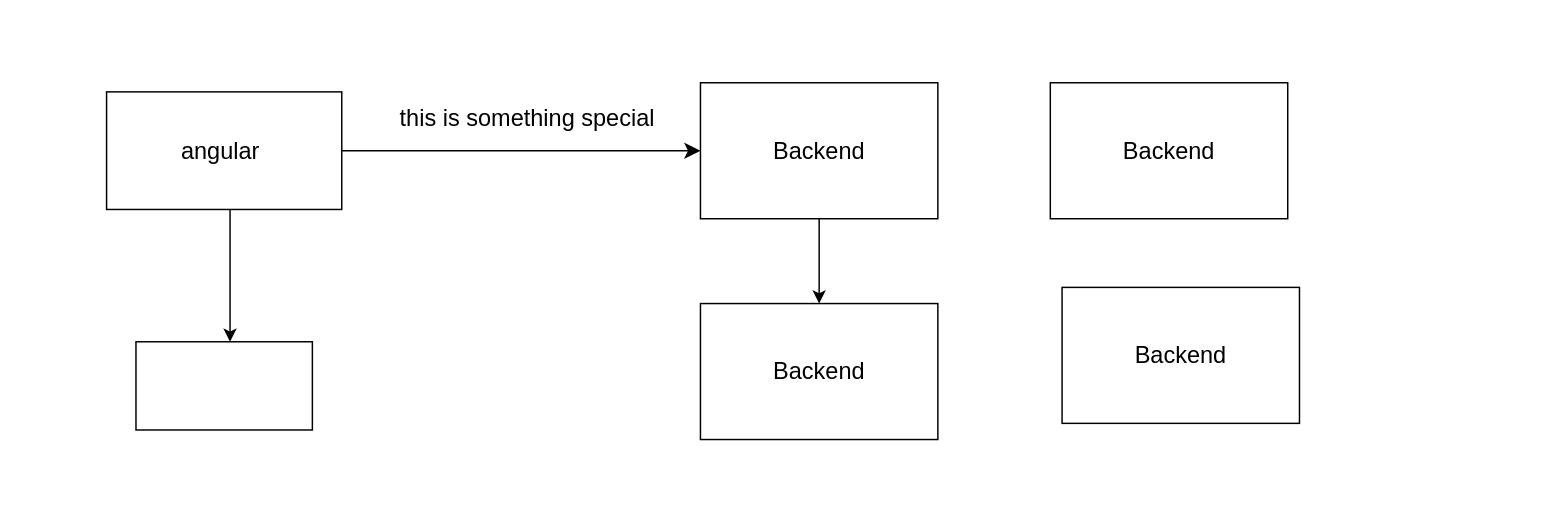
Before: DaERP.drawio in chungminhtu/anh, a draw.io diagram. Source tidied: cells renumbered, new cells numbered last; positions are measured from the earlier drawing's top-left corner, leaving out a move shared by most shapes. Both pictures are drawn from the tidied source at 147%, with x=0, y=0 at pixel (106, 82).
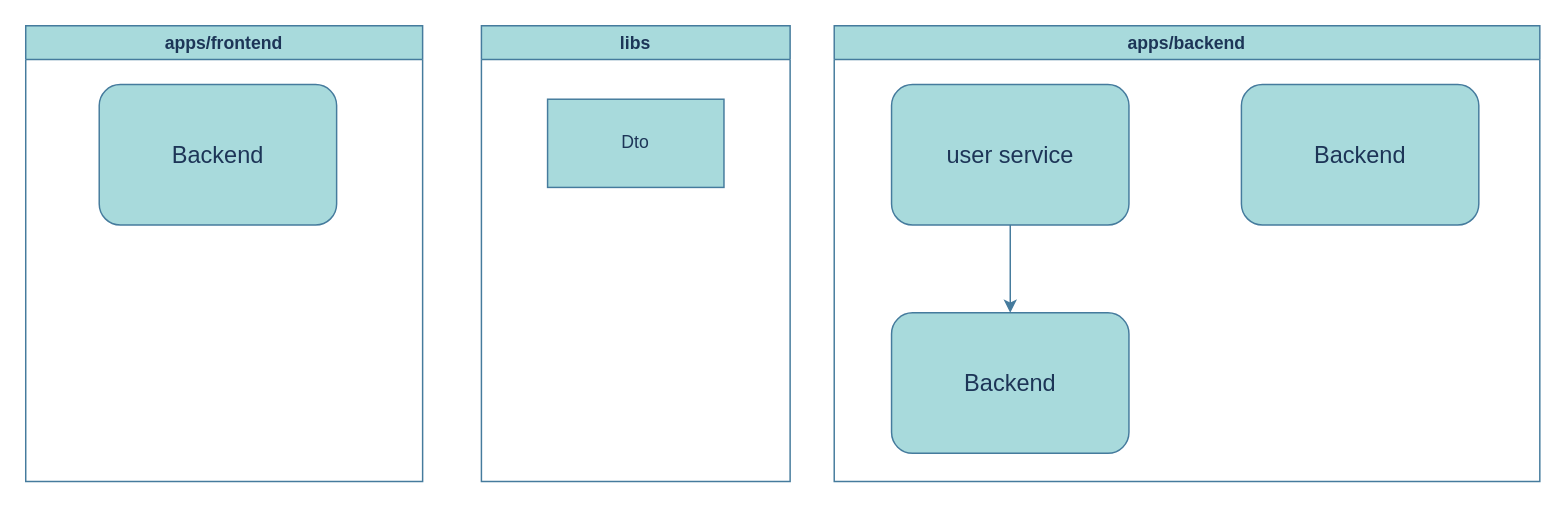
Above is the later version.

Change to the diagram source:
```diff
@@
 <mxGraphModel>
   <root>
     <mxCell id="0" />
     <mxCell id="1" parent="0" />
-    <mxCell id="2" style="edgeStyle=none;curved=1;rounded=0;jettySize=auto;html=1;fontSize=12;startSize=8;endSize=8;" parent="1" edge="1" source="5" target="7">
-      <mxGeometry relative="1" as="geometry" />
-    </mxCell>
-    <mxCell id="3" value="this is something special" style="edgeLabel;html=1;align=center;verticalAlign=middle;fontSize=16;" parent="2" vertex="1">
-      <mxGeometry x="0.12" y="-2" relative="1" as="geometry">
-        <mxPoint x="-11" y="-25" as="offset" />
-      </mxGeometry>
-    </mxCell>
-    <mxCell id="4" style="edgeStyle=orthogonalEdgeStyle;rounded=0;jettySize=auto;html=1;" parent="1" edge="1" source="5" target="8">
-      <mxGeometry relative="1" as="geometry">
-        <Array as="points">
-          <mxPoint x="84" y="124" />
-          <mxPoint x="84" y="124" />
-        </Array>
-      </mxGeometry>
-    </mxCell>
-    <mxCell id="5" value="angular&amp;nbsp;" style="rounded=0;whiteSpace=wrap;html=1;fontSize=16;" parent="1" vertex="1">
-      <mxGeometry y="6" width="160" height="80" as="geometry" />
-    </mxCell>
+    <mxCell id="12" value="apps/frontend" style="swimlane;whiteSpace=wrap;html=1;strokeColor=#457B9D;fontColor=#1D3557;fillColor=#A8DADC;" parent="1" vertex="1">
+      <mxGeometry x="-55" y="-39" width="270" height="310" as="geometry" />
+    </mxCell>
+    <mxCell id="11" value="Backend" style="whiteSpace=wrap;html=1;fontSize=16;rounded=1;direction=south;labelBackgroundColor=none;fillColor=#A8DADC;strokeColor=#457B9D;fontColor=#1D3557;" parent="12" vertex="1">
+      <mxGeometry x="50" y="40" width="161.5" height="95.6" as="geometry" />
+    </mxCell>
+    <mxCell id="13" value="libs" style="swimlane;whiteSpace=wrap;html=1;strokeColor=#457B9D;fontColor=#1D3557;fillColor=#A8DADC;" parent="1" vertex="1">
+      <mxGeometry x="255" y="-39" width="210" height="310" as="geometry" />
+    </mxCell>
+    <mxCell id="14" value="Dto" style="rounded=0;whiteSpace=wrap;html=1;strokeColor=#457B9D;fontColor=#1D3557;fillColor=#A8DADC;" parent="13" vertex="1">
+      <mxGeometry x="45" y="50" width="120" height="60" as="geometry" />
+    </mxCell>
+    <mxCell id="15" style="group;" parent="1" vertex="1">
+      <mxGeometry x="485" y="-39" width="490" height="310" as="geometry" />
+    </mxCell>
+    <mxCell id="7" value="user service" style="whiteSpace=wrap;html=1;fontSize=16;rounded=1;direction=south;labelBackgroundColor=none;fillColor=#A8DADC;strokeColor=#457B9D;fontColor=#1D3557;" parent="15" vertex="1">
+      <mxGeometry x="49" y="40" width="161.5" height="95.6" as="geometry" />
+    </mxCell>
+    <mxCell id="9" value="Backend" style="whiteSpace=wrap;html=1;fontSize=16;rounded=1;direction=south;labelBackgroundColor=none;fillColor=#A8DADC;strokeColor=#457B9D;fontColor=#1D3557;" parent="15" vertex="1">
+      <mxGeometry x="49" y="195.3" width="161.5" height="95.6" as="geometry" />
+    </mxCell>
-    <mxCell id="6" style="edgeStyle=orthogonalEdgeStyle;rounded=0;jettySize=auto;html=1;" parent="1" edge="1" source="7" target="9">
+    <mxCell id="6" style="edgeStyle=orthogonalEdgeStyle;rounded=1;jettySize=auto;html=1;labelBackgroundColor=none;strokeColor=#457B9D;fontColor=default;" parent="15" edge="1" source="7" target="9">
       <mxGeometry relative="1" as="geometry" />
     </mxCell>
-    <mxCell id="7" value="Backend" style="whiteSpace=wrap;html=1;fontSize=16;rounded=0;direction=south;" parent="1" vertex="1">
-      <mxGeometry x="404" y="-0.2" width="161.5" height="92.5" as="geometry" />
-    </mxCell>
-    <mxCell id="8" style="whiteSpace=wrap;html=1;fontSize=16;rounded=0;" parent="1" vertex="1">
-      <mxGeometry x="20" y="176" width="120" height="60" as="geometry" />
-    </mxCell>
-    <mxCell id="9" value="Backend" style="whiteSpace=wrap;html=1;fontSize=16;rounded=0;direction=south;" parent="1" vertex="1">
-      <mxGeometry x="404" y="150" width="161.5" height="92.5" as="geometry" />
-    </mxCell>
-    <mxCell id="10" value="Backend" style="whiteSpace=wrap;html=1;fontSize=16;rounded=0;direction=south;" parent="1" vertex="1">
-      <mxGeometry x="642" y="-0.2" width="161.5" height="92.5" as="geometry" />
+    <mxCell id="10" value="Backend" style="whiteSpace=wrap;html=1;fontSize=16;rounded=1;direction=south;labelBackgroundColor=none;fillColor=#A8DADC;strokeColor=#457B9D;fontColor=#1D3557;" parent="15" vertex="1">
+      <mxGeometry x="287" y="40" width="161.5" height="95.6" as="geometry" />
     </mxCell>
-    <mxCell id="11" value="Backend" style="whiteSpace=wrap;html=1;fontSize=16;rounded=0;direction=south;" parent="1" vertex="1">
-      <mxGeometry x="650" y="139" width="161.5" height="92.5" as="geometry" />
-    </mxCell>
+    <mxCell id="16" value="apps/backend" style="swimlane;whiteSpace=wrap;html=1;strokeColor=#457B9D;fontColor=#1D3557;fillColor=#A8DADC;" parent="15" vertex="1">
+      <mxGeometry x="10" width="480" height="310" as="geometry" />
+    </mxCell>
   </root>
 </mxGraphModel>
```
